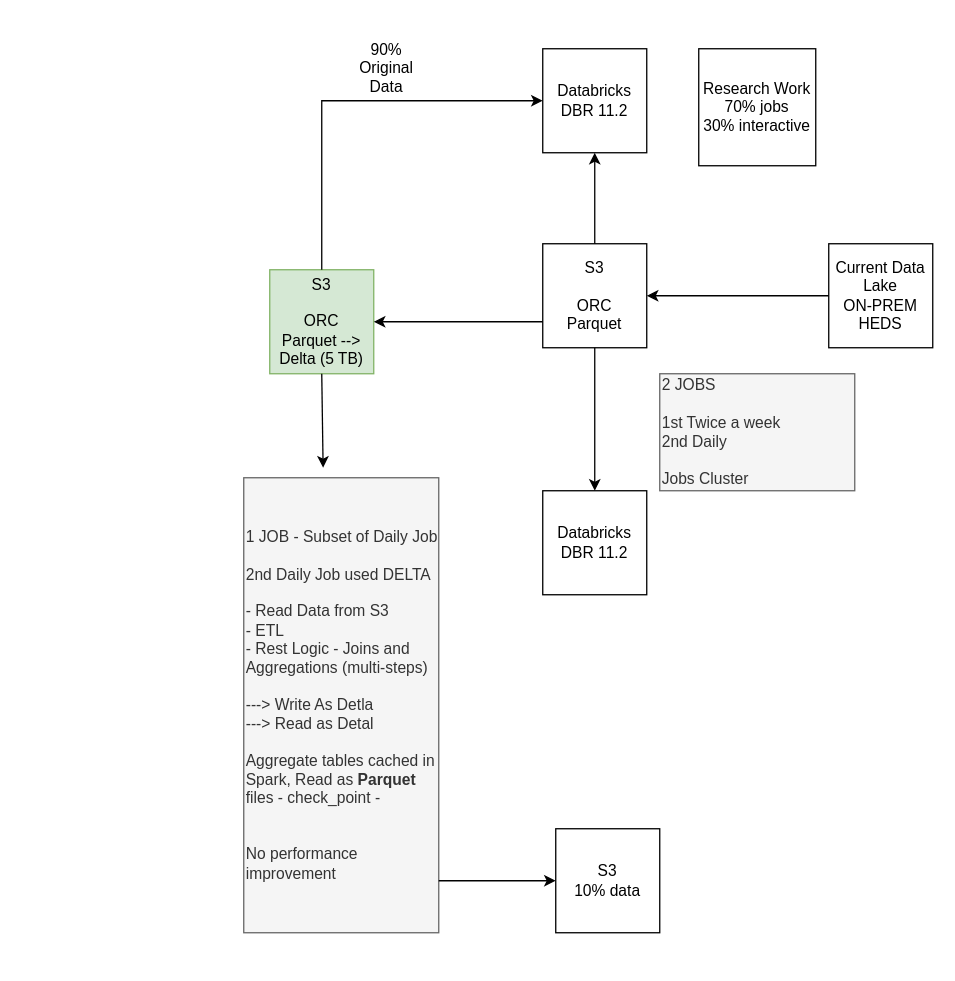
Before: Untitled Diagram.drawio in ParTech21/test-repo, a draw.io diagram. Source tidied: cells renumbered, new cells numbered last; positions are measured from the earlier drawing's top-left corner, leaving out a move shared by most shapes. Both pictures are drawn from the tidied source at 130%, with x=0, y=0 at pixel (243, 48).
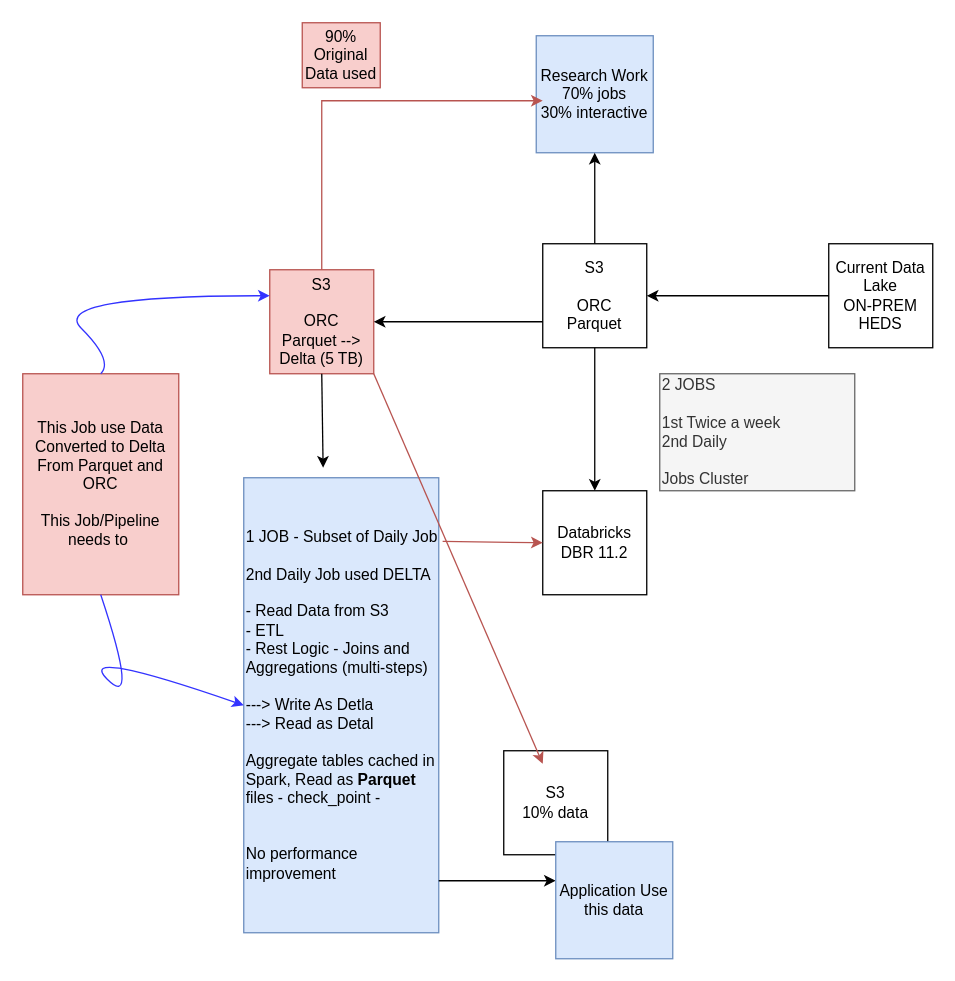
The same diagram, later.

Unchanged cells that the change refers to:
```xml
<mxCell id="2" value="S3&lt;br&gt;&lt;br&gt;ORC&lt;br&gt;Parquet" style="whiteSpace=wrap;html=1;" parent="1" vertex="1">
  <mxGeometry x="230" y="150" width="80" height="80" as="geometry" />
</mxCell>
<mxCell id="4" value="Databricks&lt;br&gt;DBR 11.2" style="whiteSpace=wrap;html=1;" parent="1" vertex="1">
  <mxGeometry x="230" y="340" width="80" height="80" as="geometry" />
</mxCell>
```

What changed in the source:
```diff
@@
-    <mxCell id="8" value="Research Work&lt;br&gt;70% jobs&lt;br&gt;30% interactive" style="whiteSpace=wrap;html=1;" parent="1" vertex="1">
-      <mxGeometry x="350" width="90" height="90" as="geometry" />
+    <mxCell id="8" value="Research Work&lt;br&gt;70% jobs&lt;br&gt;30% interactive" style="whiteSpace=wrap;html=1;fillColor=#dae8fc;strokeColor=#6c8ebf;" parent="1" vertex="1">
+      <mxGeometry x="225" y="-10" width="90" height="90" as="geometry" />
     </mxCell>
-    <mxCell id="9" value="Databricks&lt;br&gt;DBR 11.2" style="whiteSpace=wrap;html=1;" parent="1" vertex="1">
-      <mxGeometry x="230" width="80" height="80" as="geometry" />
-    </mxCell>
-    <mxCell id="10" style="endArrow=classic;html=1;rounded=0;entryX=0.5;entryY=1;entryDx=0;entryDy=0;exitX=0.5;exitY=0;exitDx=0;exitDy=0;" parent="1" edge="1" source="2" target="9">
-      <mxGeometry relative="1" as="geometry" />
+    <mxCell id="10" style="endArrow=classic;html=1;rounded=0;entryX=0.5;entryY=1;entryDx=0;entryDy=0;exitX=0.5;exitY=0;exitDx=0;exitDy=0;" parent="1" edge="1" source="2">
+      <mxGeometry relative="1" as="geometry">
+        <mxPoint x="270" y="80" as="targetPoint" />
+      </mxGeometry>
     </mxCell>
-    <mxCell id="11" value="S3&lt;br&gt;&lt;br&gt;ORC&lt;br&gt;Parquet --&amp;gt; Delta (5 TB)" style="whiteSpace=wrap;html=1;fillColor=#d5e8d4;strokeColor=#82b366;" parent="1" vertex="1">
+    <mxCell id="11" value="S3&lt;br&gt;&lt;br&gt;ORC&lt;br&gt;Parquet --&amp;gt; Delta (5 TB)" style="whiteSpace=wrap;html=1;fillColor=#f8cecc;strokeColor=#b85450;" parent="1" vertex="1">
       <mxGeometry x="20" y="170" width="80" height="80" as="geometry" />
     </mxCell>
-    <mxCell id="12" value="1 JOB - Subset of Daily Job&lt;br&gt;&lt;br&gt;2nd Daily Job used DELTA&lt;br&gt;&lt;br&gt;- Read Data from S3&lt;br&gt;- ETL&lt;br&gt;- Rest Logic - Joins and Aggregations (multi-steps)&lt;br&gt;&lt;br&gt;---&amp;gt; Write As Detla&lt;br&gt;---&amp;gt; Read as Detal&lt;br&gt;&lt;br&gt;Aggregate tables cached in Spark, Read as &lt;b&gt;Parquet&lt;/b&gt; files - check_point -&lt;br&gt;&lt;br&gt;&amp;nbsp;&lt;br&gt;No performance improvement&amp;nbsp;" style="text;html=1;strokeColor=#666666;fillColor=#f5f5f5;align=left;verticalAlign=middle;whiteSpace=wrap;rounded=0;fontColor=#333333;" parent="1" vertex="1">
+    <mxCell id="12" value="1 JOB - Subset of Daily Job&lt;br&gt;&lt;br&gt;2nd Daily Job used DELTA&lt;br&gt;&lt;br&gt;- Read Data from S3&lt;br&gt;- ETL&lt;br&gt;- Rest Logic - Joins and Aggregations (multi-steps)&lt;br&gt;&lt;br&gt;---&amp;gt; Write As Detla&lt;br&gt;---&amp;gt; Read as Detal&lt;br&gt;&lt;br&gt;Aggregate tables cached in Spark, Read as &lt;b&gt;Parquet&lt;/b&gt; files - check_point -&lt;br&gt;&lt;br&gt;&amp;nbsp;&lt;br&gt;No performance improvement&amp;nbsp;" style="text;html=1;strokeColor=#6c8ebf;fillColor=#dae8fc;align=left;verticalAlign=middle;whiteSpace=wrap;rounded=0;" parent="1" vertex="1">
       <mxGeometry y="330" width="150" height="350" as="geometry" />
     </mxCell>
@@
     <mxCell id="16" value="S3&lt;br&gt;10% data" style="whiteSpace=wrap;html=1;" parent="1" vertex="1">
-      <mxGeometry x="240" y="600" width="80" height="80" as="geometry" />
+      <mxGeometry x="200" y="540" width="80" height="80" as="geometry" />
     </mxCell>
-    <mxCell id="17" style="endArrow=classic;html=1;rounded=0;entryX=0;entryY=0.5;entryDx=0;entryDy=0;exitX=0.5;exitY=0;exitDx=0;exitDy=0;" parent="1" edge="1" source="11" target="9">
+    <mxCell id="17" style="endArrow=classic;html=1;rounded=0;entryX=0;entryY=0.5;entryDx=0;entryDy=0;exitX=0.5;exitY=0;exitDx=0;exitDy=0;strokeColor=#B85450;" parent="1" edge="1" source="11">
       <mxGeometry relative="1" as="geometry">
+        <mxPoint x="230" y="40" as="targetPoint" />
         <Array as="points">
           <mxPoint x="60" y="40" />
         </Array>
       </mxGeometry>
     </mxCell>
-    <mxCell id="18" value="90% Original Data" style="text;html=1;strokeColor=none;fillColor=none;align=center;verticalAlign=middle;whiteSpace=wrap;rounded=0;" parent="1" vertex="1">
-      <mxGeometry x="80" width="60" height="30" as="geometry" />
+    <mxCell id="18" value="90% Original Data used&lt;br&gt;" style="text;html=1;strokeColor=#b85450;fillColor=#f8cecc;align=center;verticalAlign=middle;whiteSpace=wrap;rounded=0;" parent="1" vertex="1">
+      <mxGeometry x="45" y="-20" width="60" height="50" as="geometry" />
     </mxCell>
+    <mxCell id="19" value="This Job use Data Converted to Delta From Parquet and ORC&lt;br&gt;&lt;br&gt;This Job/Pipeline needs to&amp;nbsp;" style="text;html=1;strokeColor=#b85450;fillColor=#f8cecc;align=center;verticalAlign=middle;whiteSpace=wrap;rounded=0;" parent="1" vertex="1">
+      <mxGeometry x="-170" y="250" width="120" height="170" as="geometry" />
+    </mxCell>
+    <mxCell id="20" style="curved=1;endArrow=classic;html=1;rounded=0;entryX=0;entryY=0.25;entryDx=0;entryDy=0;exitX=0.5;exitY=0;exitDx=0;exitDy=0;fillColor=#f8cecc;strokeColor=#3333FF;" parent="1" edge="1" source="19" target="11">
+      <mxGeometry relative="1" as="geometry">
+        <Array as="points">
+          <mxPoint x="-100" y="240" />
+          <mxPoint x="-150" y="190" />
+        </Array>
+      </mxGeometry>
+    </mxCell>
+    <mxCell id="21" style="curved=1;endArrow=classic;html=1;rounded=0;entryX=0;entryY=0.5;entryDx=0;entryDy=0;exitX=0.5;exitY=1;exitDx=0;exitDy=0;strokeColor=#3333FF;" parent="1" edge="1" source="19" target="12">
+      <mxGeometry relative="1" as="geometry">
+        <Array as="points">
+          <mxPoint x="-80" y="510" />
+          <mxPoint x="-130" y="460" />
+        </Array>
+      </mxGeometry>
+    </mxCell>
+    <mxCell id="22" style="endArrow=classic;html=1;rounded=0;strokeColor=#B85450;entryX=0;entryY=0.5;entryDx=0;entryDy=0;exitX=1.02;exitY=0.14;exitDx=0;exitDy=0;exitPerimeter=0;" parent="1" edge="1" source="12" target="4">
+      <mxGeometry relative="1" as="geometry" />
+    </mxCell>
+    <mxCell id="23" value="Application Use this data" style="whiteSpace=wrap;html=1;fillColor=#dae8fc;strokeColor=#6c8ebf;" parent="1" vertex="1">
+      <mxGeometry x="240" y="610" width="90" height="90" as="geometry" />
+    </mxCell>
+    <mxCell id="24" style="endArrow=classic;html=1;rounded=0;strokeColor=#B85450;exitX=1;exitY=1;exitDx=0;exitDy=0;" parent="1" edge="1" source="11">
+      <mxGeometry relative="1" as="geometry">
+        <mxPoint x="230" y="550" as="targetPoint" />
+      </mxGeometry>
+    </mxCell>
```
